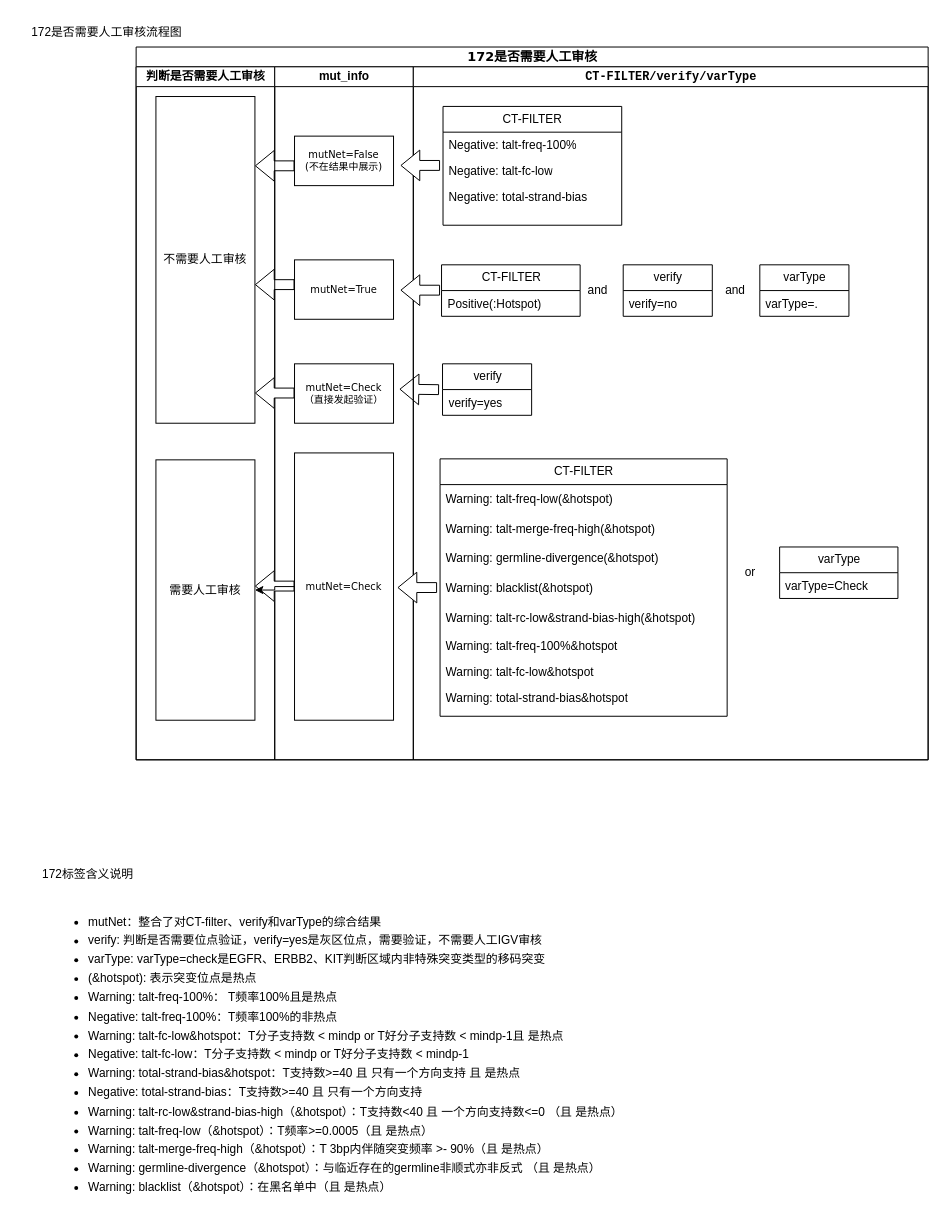
Before: 172-0307 的副本.drawio in dingtian-genetronhealth/diagrams-genetron, a draw.io diagram. Source tidied: cells renumbered, new cells numbered last; positions are measured from the earlier drawing's top-left corner, leaving out a move shared by most shapes. Both pictures are drawn from the tidied source at 99%, with x=0, y=0 at pixel (17, 17).
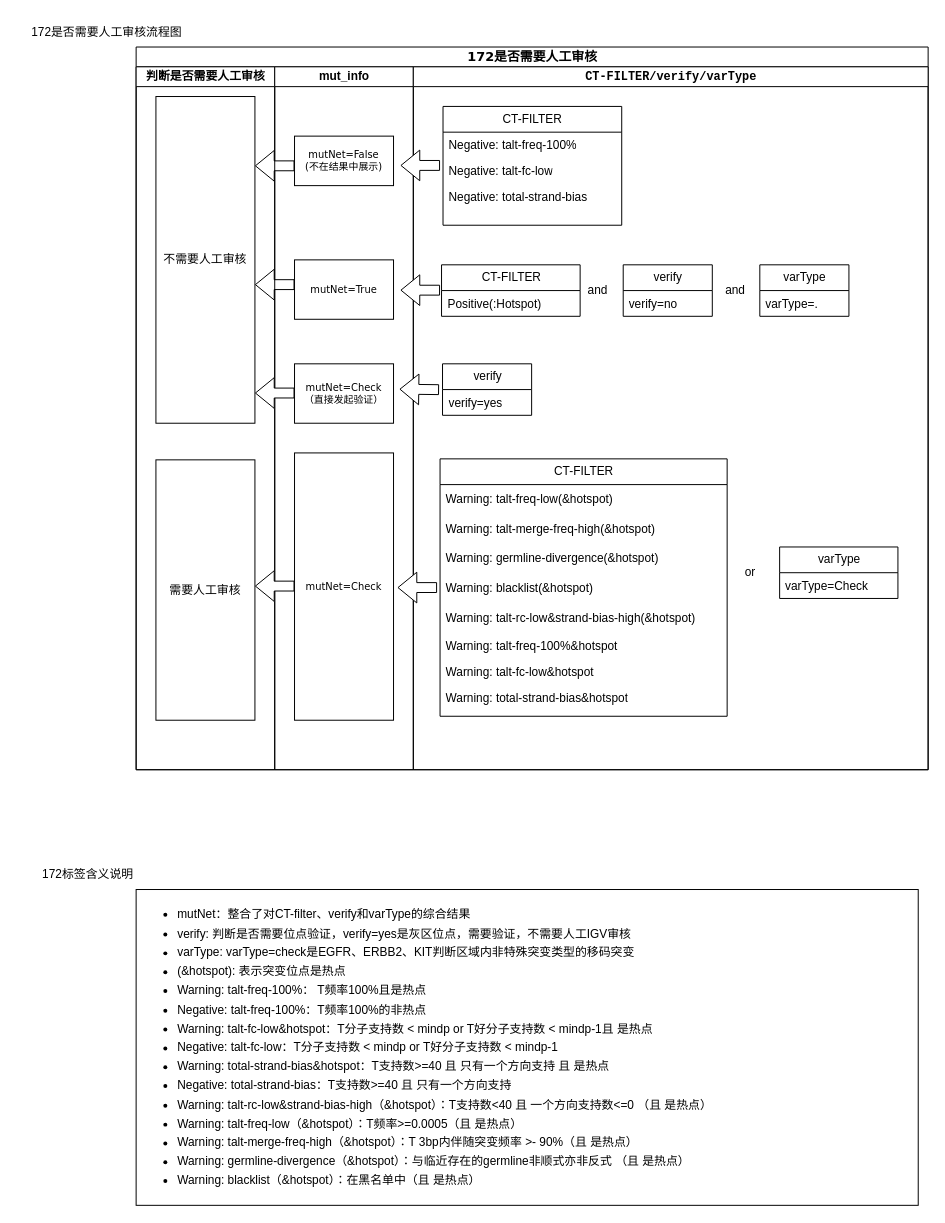
The same page after the edit.

Commit message:
更新172-0307 的副本.drawio

Unchanged cells that the change refers to:
```xml
<mxCell id="5" value="需要人工审核" style="rounded=0;whiteSpace=wrap;html=1;shadow=0;labelBackgroundColor=none;strokeWidth=1;fontFamily=Verdana;fontSize=12;align=center;glass=1;fillColor=none;" parent="3" vertex="1">
  <mxGeometry x="20" y="397" width="100" height="263" as="geometry" />
</mxCell>
<mxCell id="10" value="mutNet=Check" style="rounded=0;whiteSpace=wrap;html=1;shadow=0;labelBackgroundColor=none;strokeWidth=1;fontFamily=Verdana;fontSize=10;align=center;glass=1;fillStyle=auto;fillColor=none;" parent="8" vertex="1">
  <mxGeometry x="20" y="390" width="100" height="270" as="geometry" />
</mxCell>
```

What changed in the source:
```diff
@@
     <mxCell id="2" value="&lt;font style=&quot;font-size: 13px;&quot;&gt;172是否需要人工审核&lt;/font&gt;" style="swimlane;html=1;startSize=20;rounded=0;shadow=0;labelBackgroundColor=none;strokeWidth=1;fontFamily=Verdana;fontSize=8;align=center;" parent="1" vertex="1">
-      <mxGeometry x="120" y="30" width="800" height="720" as="geometry" />
+      <mxGeometry x="120" y="30" width="800" height="730" as="geometry" />
     </mxCell>
     <mxCell id="3" value="判断是否需要人工审核" style="swimlane;html=1;startSize=20;shadow=0;" parent="2" vertex="1">
-      <mxGeometry y="20" width="140" height="700" as="geometry" />
+      <mxGeometry y="20" width="140" height="710" as="geometry" />
     </mxCell>
@@
     <mxCell id="8" value="mut_info" style="swimlane;html=1;startSize=20;shadow=0;" parent="2" vertex="1">
-      <mxGeometry x="140" y="20" width="140" height="700" as="geometry" />
+      <mxGeometry x="140" y="20" width="140" height="710" as="geometry" />
     </mxCell>
@@
     <mxCell id="15" value="&lt;code&gt;&lt;b&gt;CT-FILTER/verify/varType&lt;/b&gt;&lt;/code&gt;" style="swimlane;html=1;startSize=20;fontStyle=0;shadow=0;" parent="2" vertex="1">
-      <mxGeometry x="280" y="20" width="520" height="700" as="geometry" />
+      <mxGeometry x="280" y="20" width="520" height="710" as="geometry" />
     </mxCell>
-    <mxCell id="16" value="CT-FILTER" style="swimlane;fontStyle=0;horizontal=1;startSize=26;fillColor=none;html=1;" parent="15" vertex="1">
+    <mxCell id="16" value="CT-FILTER" style="swimlane;fontStyle=0;horizontal=1;startSize=26;fillColor=none;html=1;swimlaneFillColor=none;" parent="15" vertex="1">
       <mxGeometry x="30" y="40" width="180.5" height="120" as="geometry" />
     </mxCell>
@@
-    <mxCell id="46" style="shape=flexArrow;endArrow=classic;html=1;rounded=0;" parent="15" edge="1">
+    <mxCell id="46" style="shape=flexArrow;endArrow=classic;html=1;rounded=0;fillColor=default;" parent="15" edge="1">
       <mxGeometry relative="1" as="geometry">
         <mxPoint x="26" y="326.1" as="sourcePoint" />
         <mxPoint x="-14" y="325.6" as="targetPoint" />
       </mxGeometry>
     </mxCell>
-    <mxCell id="47" style="edgeStyle=orthogonalEdgeStyle;rounded=0;jettySize=auto;html=1;" parent="2" edge="1" source="10" target="5">
-      <mxGeometry relative="1" as="geometry" />
-    </mxCell>
@@
-    <mxCell id="50" value="&lt;ul style=&quot;line-height: 160%;&quot;&gt;&lt;li&gt;mutNet：整合了对CT-filter、verify和varType的综合结果&lt;/li&gt;&lt;li&gt;verify: 判断是否需要位点验证，verify=yes是灰区位点，需要验证，不需要人工IGV审核&lt;/li&gt;&lt;li&gt;varType: varType=check是EGFR、ERBB2、KIT判断区域内非特殊突变类型的移码突变&lt;/li&gt;&lt;li&gt;(&amp;amp;hotspot): 表示突变位点是热点&lt;br&gt;&lt;/li&gt;&lt;li&gt;Warning:&amp;nbsp;talt-freq-100%： T频率100%且是热点&lt;br&gt;&lt;/li&gt;&lt;li&gt;Negative:&amp;nbsp;talt-freq-100%：T频率100%的非热点&lt;br&gt;&lt;/li&gt;&lt;li&gt;Warning: talt-fc-low&amp;amp;hotspot：T分子支持数 &amp;lt; mindp or T好分子支持数 &amp;lt; mindp-1且 是热点&lt;br&gt;&lt;/li&gt;&lt;li&gt;Negative:&amp;nbsp;talt-fc-low：T分子支持数 &amp;lt; mindp or T好分子支持数 &amp;lt; mindp-1&lt;br&gt;&lt;/li&gt;&lt;li&gt;Warning:&amp;nbsp;total-strand-bias&amp;amp;hotspot：T支持数&amp;gt;=40 且 只有一个方向支持 且 是热点&lt;br&gt;&lt;/li&gt;&lt;li&gt;Negative:&amp;nbsp;total-strand-bias：T支持数&amp;gt;=40 且 只有一个方向支持&lt;br&gt;&lt;/li&gt;&lt;li&gt;Warning:&amp;nbsp;talt-rc-low&amp;amp;strand-bias-high（&amp;amp;hotspot）：T支持数&amp;lt;40 且 一个方向支持数&amp;lt;=0 （且 是热点）&lt;br&gt;&lt;/li&gt;&lt;li&gt;Warning:&amp;nbsp;talt-freq-low（&amp;amp;hotspot）：T频率&amp;gt;=0.0005（且 是热点）&lt;br&gt;&lt;/li&gt;&lt;li&gt;Warning:&amp;nbsp;talt-merge-freq-high（&amp;amp;hotspot）：T 3bp内伴随突变频率 &amp;gt;- 90%（且 是热点）&lt;br&gt;&lt;/li&gt;&lt;li&gt;Warning:&amp;nbsp;germline-divergence（&amp;amp;hotspot）：与临近存在的germline非顺式亦非反式 （且 是热点）&lt;br&gt;&lt;/li&gt;&lt;li&gt;Warning:&amp;nbsp;blacklist（&amp;amp;hotspot）：在黑名单中（且 是热点）&lt;br&gt;&lt;/li&gt;&lt;/ul&gt;" style="text;strokeColor=none;fillColor=none;html=1;whiteSpace=wrap;verticalAlign=middle;overflow=hidden;" parent="1" vertex="1">
-      <mxGeometry x="30" y="890" width="810" height="300" as="geometry" />
+    <mxCell id="50" value="&lt;ul style=&quot;line-height: 160%;&quot;&gt;&lt;li&gt;mutNet：整合了对CT-filter、verify和varType的综合结果&lt;/li&gt;&lt;li&gt;verify: 判断是否需要位点验证，verify=yes是灰区位点，需要验证，不需要人工IGV审核&lt;/li&gt;&lt;li&gt;varType: varType=check是EGFR、ERBB2、KIT判断区域内非特殊突变类型的移码突变&lt;/li&gt;&lt;li&gt;(&amp;amp;hotspot): 表示突变位点是热点&lt;br&gt;&lt;/li&gt;&lt;li&gt;Warning:&amp;nbsp;talt-freq-100%： T频率100%且是热点&lt;br&gt;&lt;/li&gt;&lt;li&gt;Negative:&amp;nbsp;talt-freq-100%：T频率100%的非热点&lt;br&gt;&lt;/li&gt;&lt;li&gt;Warning: talt-fc-low&amp;amp;hotspot：T分子支持数 &amp;lt; mindp or T好分子支持数 &amp;lt; mindp-1且 是热点&lt;br&gt;&lt;/li&gt;&lt;li&gt;Negative:&amp;nbsp;talt-fc-low：T分子支持数 &amp;lt; mindp or T好分子支持数 &amp;lt; mindp-1&lt;br&gt;&lt;/li&gt;&lt;li&gt;Warning:&amp;nbsp;total-strand-bias&amp;amp;hotspot：T支持数&amp;gt;=40 且 只有一个方向支持 且 是热点&lt;br&gt;&lt;/li&gt;&lt;li&gt;Negative:&amp;nbsp;total-strand-bias：T支持数&amp;gt;=40 且 只有一个方向支持&lt;br&gt;&lt;/li&gt;&lt;li&gt;Warning:&amp;nbsp;talt-rc-low&amp;amp;strand-bias-high（&amp;amp;hotspot）：T支持数&amp;lt;40 且 一个方向支持数&amp;lt;=0 （且 是热点）&lt;br&gt;&lt;/li&gt;&lt;li&gt;Warning:&amp;nbsp;talt-freq-low（&amp;amp;hotspot）：T频率&amp;gt;=0.0005（且 是热点）&lt;br&gt;&lt;/li&gt;&lt;li&gt;Warning:&amp;nbsp;talt-merge-freq-high（&amp;amp;hotspot）：T 3bp内伴随突变频率 &amp;gt;- 90%（且 是热点）&lt;br&gt;&lt;/li&gt;&lt;li&gt;Warning:&amp;nbsp;germline-divergence（&amp;amp;hotspot）：与临近存在的germline非顺式亦非反式 （且 是热点）&lt;br&gt;&lt;/li&gt;&lt;li&gt;Warning:&amp;nbsp;blacklist（&amp;amp;hotspot）：在黑名单中（且 是热点）&lt;br&gt;&lt;/li&gt;&lt;/ul&gt;" style="text;strokeColor=default;fillColor=none;html=1;whiteSpace=wrap;verticalAlign=middle;overflow=hidden;" parent="1" vertex="1">
+      <mxGeometry x="120" y="881" width="790" height="319" as="geometry" />
     </mxCell>
```
